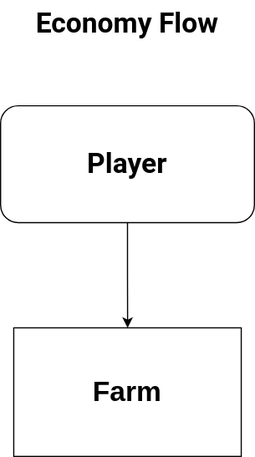
Before: womp_flow.svg, a diagram exported from draw.io (MrMayo101/womp_flow). Source tidied: cells renumbered, new cells last; positions are measured from the earlier drawing's top-left corner, leaving out a move shared by most shapes.
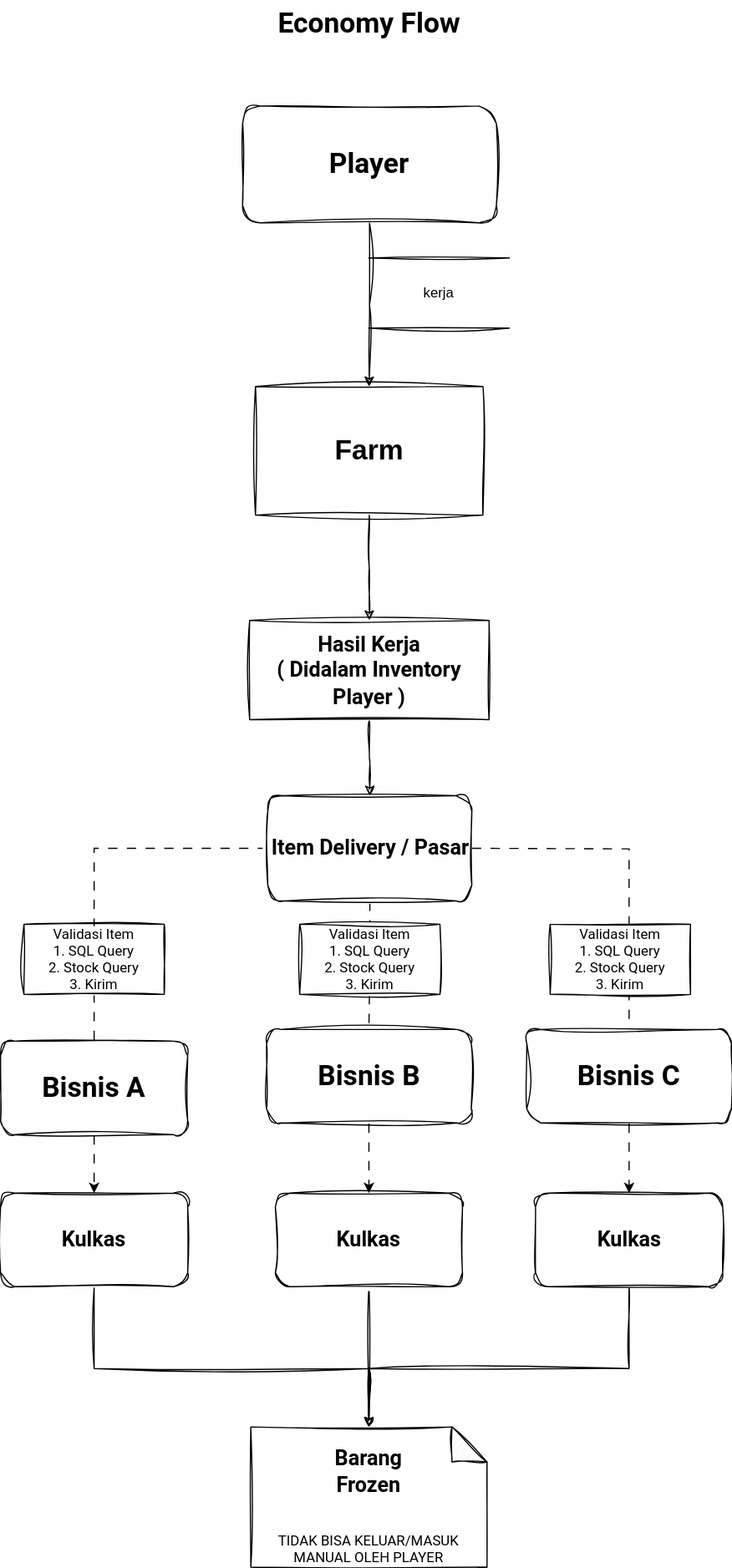
The same file after the commit.

What changed in the source:
```diff
@@ -1,18 +1,102 @@
-<mxGraphModel>
+<mxGraphModel background="#ffffff">
   <root>
     <mxCell id="0" />
     <mxCell id="1" parent="0" />
-    <mxCell id="2" style="edgeStyle=orthogonalEdgeStyle;rounded=0;jettySize=auto;html=1;" parent="1" edge="1" source="3" target="5">
+    <mxCell id="2" style="edgeStyle=orthogonalEdgeStyle;rounded=0;jettySize=auto;html=1;sketch=1;curveFitting=1;jiggle=2;" parent="1" edge="1" source="3" target="5">
       <mxGeometry relative="1" as="geometry" />
     </mxCell>
-    <mxCell id="3" value="&lt;h1&gt;&lt;font face=&quot;Roboto&quot;&gt;Player&lt;/font&gt;&lt;/h1&gt;" style="rounded=1;whiteSpace=wrap;html=1;" parent="1" vertex="1">
+    <mxCell id="3" value="&lt;h1&gt;&lt;font face=&quot;Roboto&quot;&gt;Player&lt;/font&gt;&lt;/h1&gt;" style="rounded=1;whiteSpace=wrap;html=1;sketch=1;curveFitting=1;jiggle=2;" parent="1" vertex="1">
       <mxGeometry y="90" width="217" height="100" as="geometry" />
     </mxCell>
-    <mxCell id="4" value="&lt;div style=&quot;text-align: justify;&quot;&gt;&lt;span style=&quot;background-color: initial;&quot;&gt;&lt;font&gt;Economy Flow&lt;/font&gt;&lt;/span&gt;&lt;/div&gt;" style="text;strokeColor=none;fillColor=none;html=1;fontSize=24;fontStyle=1;verticalAlign=middle;align=center;fontFamily=Roboto;fontSource=https%3A%2F%2Ffonts.googleapis.com%2Fcss%3Ffamily%3DRoboto;" parent="1" vertex="1">
+    <mxCell id="4" value="&lt;div style=&quot;text-align: justify;&quot;&gt;&lt;span style=&quot;background-color: initial;&quot;&gt;&lt;font&gt;Economy Flow&lt;/font&gt;&lt;/span&gt;&lt;/div&gt;" style="text;strokeColor=none;fillColor=none;html=1;fontSize=24;fontStyle=1;verticalAlign=middle;align=center;fontFamily=Roboto;fontSource=https%3A%2F%2Ffonts.googleapis.com%2Fcss%3Ffamily%3DRoboto;sketch=1;curveFitting=1;jiggle=2;" parent="1" vertex="1">
       <mxGeometry x="58" width="100" height="40" as="geometry" />
     </mxCell>
+    <mxCell id="6" style="edgeStyle=orthogonalEdgeStyle;rounded=0;jettySize=auto;html=1;sketch=1;curveFitting=1;jiggle=2;" parent="1" edge="1" source="5" target="9">
+      <mxGeometry relative="1" as="geometry" />
+    </mxCell>
-    <mxCell id="5" value="&lt;h1&gt;Farm&lt;/h1&gt;" style="rounded=0;whiteSpace=wrap;html=1;" parent="1" vertex="1">
-      <mxGeometry x="11.2" y="280" width="194.5" height="110" as="geometry" />
+    <mxCell id="5" value="&lt;h1&gt;Farm&lt;/h1&gt;" style="rounded=0;whiteSpace=wrap;html=1;sketch=1;curveFitting=1;jiggle=2;" parent="1" vertex="1">
+      <mxGeometry x="11" y="330" width="194.5" height="110" as="geometry" />
     </mxCell>
+    <mxCell id="7" value="kerja" style="shape=partialRectangle;whiteSpace=wrap;html=1;left=0;right=0;fillColor=none;sketch=1;curveFitting=1;jiggle=2;" parent="1" vertex="1">
+      <mxGeometry x="108" y="220" width="120" height="60" as="geometry" />
+    </mxCell>
+    <mxCell id="8" style="edgeStyle=orthogonalEdgeStyle;rounded=0;jettySize=auto;html=1;sketch=1;curveFitting=1;jiggle=2;" parent="1" edge="1" source="9" target="14">
+      <mxGeometry relative="1" as="geometry" />
+    </mxCell>
+    <mxCell id="9" value="&lt;h2&gt;&lt;font face=&quot;Roboto&quot;&gt;Hasil Kerja&lt;br&gt;&lt;/font&gt;&lt;font face=&quot;Roboto&quot;&gt;( Didalam Inventory Player )&lt;/font&gt;&lt;/h2&gt;" style="whiteSpace=wrap;html=1;rounded=0;sketch=1;curveFitting=1;jiggle=2;" parent="1" vertex="1">
+      <mxGeometry x="6" y="530" width="204.8" height="85" as="geometry" />
+    </mxCell>
+    <mxCell id="10" value="&lt;h1&gt;&lt;font face=&quot;Roboto&quot;&gt;Bisnis B&lt;/font&gt;&lt;/h1&gt;" style="rounded=1;whiteSpace=wrap;html=1;sketch=1;curveFitting=1;jiggle=2;" parent="1" vertex="1">
+      <mxGeometry x="20.5" y="880" width="175" height="80" as="geometry" />
+    </mxCell>
+    <mxCell id="11" style="edgeStyle=orthogonalEdgeStyle;rounded=1;jettySize=auto;html=1;strokeColor=default;flowAnimation=1;endArrow=none;endFill=0;" parent="1" edge="1" source="14" target="10">
+      <mxGeometry relative="1" as="geometry" />
+    </mxCell>
+    <mxCell id="12" style="edgeStyle=orthogonalEdgeStyle;rounded=0;jettySize=auto;html=1;flowAnimation=1;strokeWidth=1;endArrow=none;endFill=0;" parent="1" edge="1" target="16">
+      <mxGeometry relative="1" as="geometry">
+        <mxPoint x="195.5" y="725" as="sourcePoint" />
+      </mxGeometry>
+    </mxCell>
+    <mxCell id="13" style="edgeStyle=orthogonalEdgeStyle;rounded=0;jettySize=auto;html=1;flowAnimation=1;endArrow=none;endFill=0;" parent="1" edge="1" source="14" target="15">
+      <mxGeometry relative="1" as="geometry" />
+    </mxCell>
+    <mxCell id="14" value="&lt;h2&gt;&lt;font face=&quot;Roboto&quot;&gt;Item Delivery / Pasar&lt;/font&gt;&lt;/h2&gt;" style="rounded=1;whiteSpace=wrap;html=1;sketch=1;curveFitting=1;jiggle=2;" parent="1" vertex="1">
+      <mxGeometry x="21.5" y="680" width="174.5" height="90" as="geometry" />
+    </mxCell>
+    <mxCell id="15" value="&lt;h1&gt;&lt;font face=&quot;Roboto&quot;&gt;Bisnis A&lt;/font&gt;&lt;/h1&gt;" style="rounded=1;whiteSpace=wrap;html=1;sketch=1;curveFitting=1;jiggle=2;" parent="1" vertex="1">
+      <mxGeometry x="-207" y="890" width="160" height="80" as="geometry" />
+    </mxCell>
+    <mxCell id="16" value="&lt;h1&gt;&lt;font face=&quot;Roboto&quot;&gt;Bisnis C&lt;/font&gt;&lt;/h1&gt;" style="rounded=1;whiteSpace=wrap;html=1;sketch=1;curveFitting=1;jiggle=2;" parent="1" vertex="1">
+      <mxGeometry x="243" y="880" width="175" height="80" as="geometry" />
+    </mxCell>
+    <mxCell id="17" value="&lt;font face=&quot;Roboto&quot;&gt;Validasi Item&lt;br&gt;1. SQL Query&lt;br&gt;2. Stock Query&lt;br&gt;3. Kirim&lt;/font&gt;" style="rounded=0;whiteSpace=wrap;html=1;sketch=1;hachureGap=4;jiggle=2;curveFitting=1;fontFamily=Architects Daughter;fontSource=https%3A%2F%2Ffonts.googleapis.com%2Fcss%3Ffamily%3DArchitects%2BDaughter;" parent="1" vertex="1">
+      <mxGeometry x="-187" y="790" width="120" height="60" as="geometry" />
+    </mxCell>
+    <mxCell id="18" value="&lt;font face=&quot;Roboto&quot;&gt;Validasi Item&lt;br&gt;1. SQL Query&lt;br&gt;2. Stock Query&lt;br&gt;3. Kirim&lt;/font&gt;" style="rounded=0;whiteSpace=wrap;html=1;sketch=1;hachureGap=4;jiggle=2;curveFitting=1;fontFamily=Architects Daughter;fontSource=https%3A%2F%2Ffonts.googleapis.com%2Fcss%3Ffamily%3DArchitects%2BDaughter;" parent="1" vertex="1">
+      <mxGeometry x="48.8" y="790" width="120" height="60" as="geometry" />
+    </mxCell>
+    <mxCell id="19" value="&lt;font face=&quot;Roboto&quot;&gt;Validasi Item&lt;br&gt;1. SQL Query&lt;br&gt;2. Stock Query&lt;br&gt;3. Kirim&lt;/font&gt;" style="rounded=0;whiteSpace=wrap;html=1;sketch=1;hachureGap=4;jiggle=2;curveFitting=1;fontFamily=Architects Daughter;fontSource=https%3A%2F%2Ffonts.googleapis.com%2Fcss%3Ffamily%3DArchitects%2BDaughter;" parent="1" vertex="1">
+      <mxGeometry x="263" y="790" width="120" height="60" as="geometry" />
+    </mxCell>
+    <mxCell id="20" style="edgeStyle=orthogonalEdgeStyle;rounded=0;sketch=1;hachureGap=4;jiggle=2;curveFitting=1;jettySize=auto;html=1;fontFamily=Architects Daughter;fontSource=https%3A%2F%2Ffonts.googleapis.com%2Fcss%3Ffamily%3DArchitects%2BDaughter;" parent="1" edge="1" source="21" target="29">
+      <mxGeometry relative="1" as="geometry">
+        <Array as="points">
+          <mxPoint x="-127" y="1170" />
+          <mxPoint x="108" y="1170" />
+        </Array>
+      </mxGeometry>
+    </mxCell>
+    <mxCell id="21" value="&lt;h2&gt;&lt;font face=&quot;Roboto&quot;&gt;Kulkas&lt;/font&gt;&lt;/h2&gt;" style="rounded=1;whiteSpace=wrap;html=1;sketch=1;hachureGap=4;jiggle=2;curveFitting=1;fontFamily=Architects Daughter;fontSource=https%3A%2F%2Ffonts.googleapis.com%2Fcss%3Ffamily%3DArchitects%2BDaughter;glass=0;" parent="1" vertex="1">
+      <mxGeometry x="-207" y="1020" width="160" height="80" as="geometry" />
+    </mxCell>
+    <mxCell id="22" style="edgeStyle=orthogonalEdgeStyle;rounded=0;hachureGap=4;jettySize=auto;html=1;fontFamily=Architects Daughter;fontSource=https%3A%2F%2Ffonts.googleapis.com%2Fcss%3Ffamily%3DArchitects%2BDaughter;flowAnimation=1;" parent="1" edge="1" source="15" target="21">
+      <mxGeometry relative="1" as="geometry" />
+    </mxCell>
+    <mxCell id="23" style="edgeStyle=orthogonalEdgeStyle;rounded=0;sketch=1;hachureGap=4;jiggle=2;curveFitting=1;jettySize=auto;html=1;fontFamily=Architects Daughter;fontSource=https%3A%2F%2Ffonts.googleapis.com%2Fcss%3Ffamily%3DArchitects%2BDaughter;" parent="1" edge="1" source="24" target="29">
+      <mxGeometry relative="1" as="geometry" />
+    </mxCell>
+    <mxCell id="24" value="&lt;h2&gt;&lt;font face=&quot;Roboto&quot;&gt;Kulkas&lt;/font&gt;&lt;/h2&gt;" style="rounded=1;whiteSpace=wrap;html=1;sketch=1;hachureGap=4;jiggle=2;curveFitting=1;fontFamily=Architects Daughter;fontSource=https%3A%2F%2Ffonts.googleapis.com%2Fcss%3Ffamily%3DArchitects%2BDaughter;" parent="1" vertex="1">
+      <mxGeometry x="28" y="1020" width="160" height="80" as="geometry" />
+    </mxCell>
+    <mxCell id="25" style="edgeStyle=orthogonalEdgeStyle;rounded=0;hachureGap=4;jettySize=auto;html=1;fontFamily=Architects Daughter;fontSource=https%3A%2F%2Ffonts.googleapis.com%2Fcss%3Ffamily%3DArchitects%2BDaughter;flowAnimation=1;" parent="1" edge="1" source="10" target="24">
+      <mxGeometry relative="1" as="geometry" />
+    </mxCell>
+    <mxCell id="26" style="edgeStyle=orthogonalEdgeStyle;rounded=0;sketch=1;hachureGap=4;jiggle=2;curveFitting=1;jettySize=auto;html=1;fontFamily=Architects Daughter;fontSource=https%3A%2F%2Ffonts.googleapis.com%2Fcss%3Ffamily%3DArchitects%2BDaughter;" parent="1" edge="1" source="27" target="29">
+      <mxGeometry relative="1" as="geometry">
+        <Array as="points">
+          <mxPoint x="331" y="1170" />
+          <mxPoint x="108" y="1170" />
+        </Array>
+      </mxGeometry>
+    </mxCell>
+    <mxCell id="27" value="&lt;h2&gt;&lt;font face=&quot;Roboto&quot;&gt;Kulkas&lt;/font&gt;&lt;/h2&gt;" style="rounded=1;whiteSpace=wrap;html=1;sketch=1;hachureGap=4;jiggle=2;curveFitting=1;fontFamily=Architects Daughter;fontSource=https%3A%2F%2Ffonts.googleapis.com%2Fcss%3Ffamily%3DArchitects%2BDaughter;" parent="1" vertex="1">
+      <mxGeometry x="250.5" y="1020" width="160" height="80" as="geometry" />
+    </mxCell>
+    <mxCell id="28" style="edgeStyle=orthogonalEdgeStyle;rounded=0;hachureGap=4;jettySize=auto;html=1;fontFamily=Architects Daughter;fontSource=https%3A%2F%2Ffonts.googleapis.com%2Fcss%3Ffamily%3DArchitects%2BDaughter;flowAnimation=1;" parent="1" edge="1" source="16" target="27">
+      <mxGeometry relative="1" as="geometry" />
+    </mxCell>
+    <mxCell id="29" value="&lt;h2&gt;&lt;font face=&quot;Roboto&quot;&gt;Barang&lt;br&gt;&lt;/font&gt;&lt;font face=&quot;Roboto&quot;&gt;Frozen&lt;/font&gt;&lt;/h2&gt;&lt;font face=&quot;Roboto&quot;&gt;&lt;br&gt;TIDAK BISA KELUAR/MASUK MANUAL OLEH PLAYER&lt;/font&gt;" style="shape=note;whiteSpace=wrap;html=1;backgroundOutline=1;darkOpacity=0.05;sketch=1;hachureGap=4;jiggle=2;curveFitting=1;fontFamily=Architects Daughter;fontSource=https%3A%2F%2Ffonts.googleapis.com%2Fcss%3Ffamily%3DArchitects%2BDaughter;" parent="1" vertex="1">
+      <mxGeometry x="7" y="1220" width="202" height="120" as="geometry" />
+    </mxCell>
   </root>
 </mxGraphModel>
```
